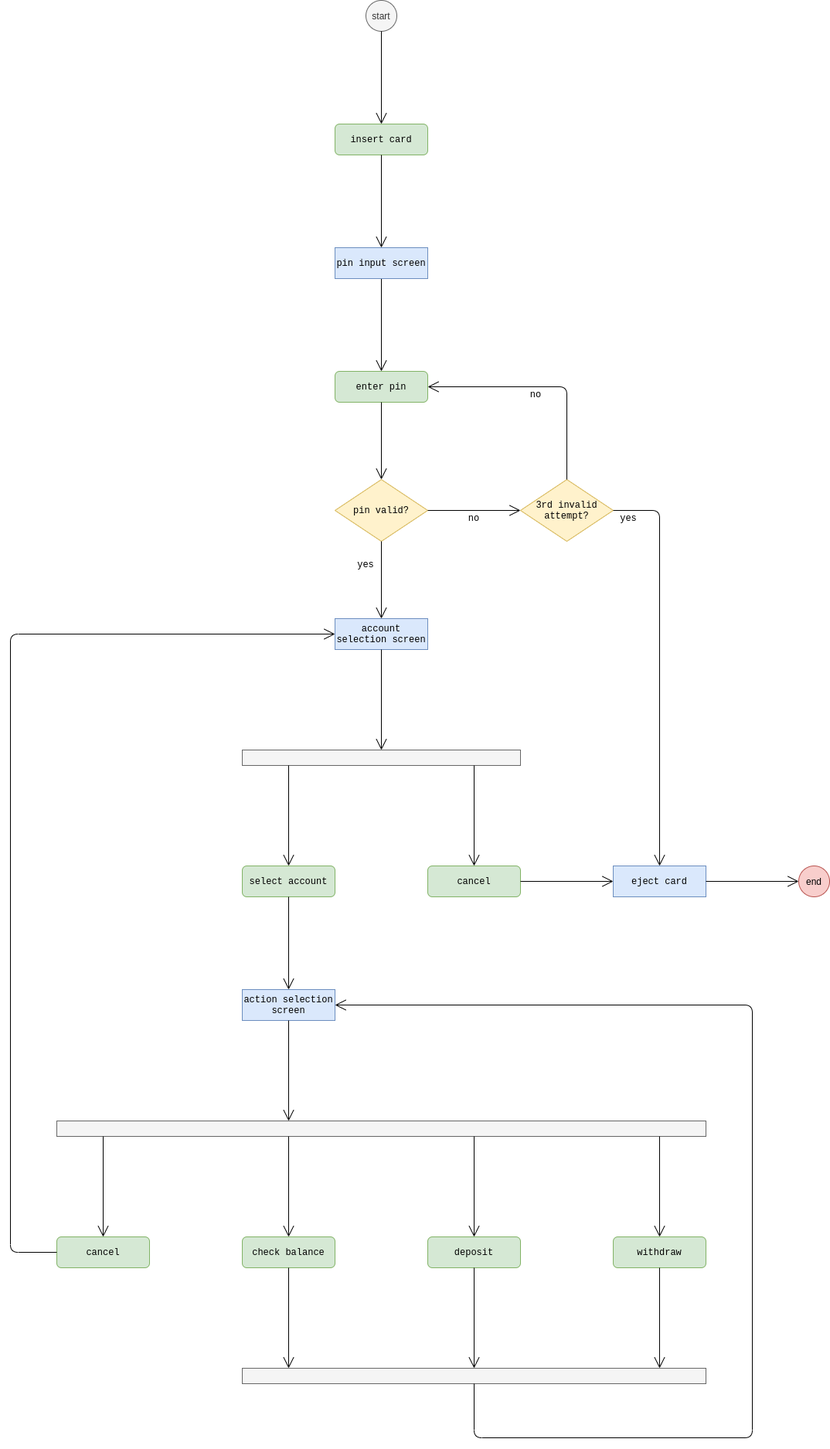
This is docs/static/atm_controller_flow.png from greymistcube/atm_controller, a draw.io export, as it was before one commit. Source tidied: cells renumbered, new cells last; positions are measured from the earlier drawing's top-left corner, leaving out a move shared by most shapes. The source it was exported from:
```xml
<mxGraphModel>
  <root>
    <mxCell id="0" />
    <mxCell id="1" parent="0" />
    <mxCell id="2" value="start" style="ellipse;whiteSpace=wrap;html=1;fillColor=#f5f5f5;strokeColor=#666666;fontColor=#333333;" parent="1" vertex="1">
      <mxGeometry x="460" width="40" height="40" as="geometry" />
    </mxCell>
    <mxCell id="3" value="insert card" style="rounded=1;whiteSpace=wrap;html=1;fontFamily=Courier New;fillColor=#d5e8d4;strokeColor=#82b366;" parent="1" vertex="1">
      <mxGeometry x="420" y="160" width="120" height="40" as="geometry" />
    </mxCell>
    <mxCell id="4" value="enter pin" style="rounded=1;whiteSpace=wrap;html=1;fontFamily=Courier New;fillColor=#d5e8d4;strokeColor=#82b366;" parent="1" vertex="1">
      <mxGeometry x="420" y="480" width="120" height="40" as="geometry" />
    </mxCell>
    <mxCell id="5" value="pin valid?" style="rhombus;whiteSpace=wrap;html=1;fontFamily=Courier New;fillColor=#fff2cc;strokeColor=#d6b656;" parent="1" vertex="1">
      <mxGeometry x="420" y="620" width="120" height="80" as="geometry" />
    </mxCell>
    <mxCell id="6" value="account selection screen" style="rounded=0;whiteSpace=wrap;html=1;fontFamily=Courier New;fillColor=#dae8fc;strokeColor=#6c8ebf;" parent="1" vertex="1">
      <mxGeometry x="420" y="800" width="120" height="40" as="geometry" />
    </mxCell>
    <mxCell id="7" value="action selection screen" style="rounded=0;whiteSpace=wrap;html=1;fontFamily=Courier New;fillColor=#dae8fc;strokeColor=#6c8ebf;" parent="1" vertex="1">
      <mxGeometry x="300" y="1280" width="120" height="40" as="geometry" />
    </mxCell>
    <mxCell id="8" value="3rd invalid attempt?" style="rhombus;whiteSpace=wrap;html=1;fontFamily=Courier New;fillColor=#fff2cc;strokeColor=#d6b656;" parent="1" vertex="1">
      <mxGeometry x="660" y="620" width="120" height="80" as="geometry" />
    </mxCell>
    <mxCell id="9" value="eject card" style="rounded=0;whiteSpace=wrap;html=1;fontFamily=Courier New;fillColor=#dae8fc;strokeColor=#6c8ebf;" parent="1" vertex="1">
      <mxGeometry x="780" y="1120" width="120" height="40" as="geometry" />
    </mxCell>
    <mxCell id="10" style="rounded=0;whiteSpace=wrap;html=1;fontFamily=Courier New;fillColor=#f5f5f5;strokeColor=#666666;fontColor=#333333;" parent="1" vertex="1">
      <mxGeometry x="300" y="970" width="360" height="20" as="geometry" />
    </mxCell>
    <mxCell id="11" value="select account" style="rounded=1;whiteSpace=wrap;html=1;fontFamily=Courier New;fillColor=#d5e8d4;strokeColor=#82b366;" parent="1" vertex="1">
      <mxGeometry x="300" y="1120" width="120" height="40" as="geometry" />
    </mxCell>
    <mxCell id="12" value="cancel" style="rounded=1;whiteSpace=wrap;html=1;fontFamily=Courier New;fillColor=#d5e8d4;strokeColor=#82b366;" parent="1" vertex="1">
      <mxGeometry x="540" y="1120" width="120" height="40" as="geometry" />
    </mxCell>
    <mxCell id="13" style="rounded=0;whiteSpace=wrap;html=1;fontFamily=Courier New;fillColor=#f5f5f5;strokeColor=#666666;fontColor=#333333;" parent="1" vertex="1">
      <mxGeometry x="60" y="1450" width="840" height="20" as="geometry" />
    </mxCell>
    <mxCell id="14" value="check balance" style="rounded=1;whiteSpace=wrap;html=1;fontFamily=Courier New;fillColor=#d5e8d4;strokeColor=#82b366;" parent="1" vertex="1">
      <mxGeometry x="300" y="1600" width="120" height="40" as="geometry" />
    </mxCell>
    <mxCell id="15" value="deposit" style="rounded=1;whiteSpace=wrap;html=1;fontFamily=Courier New;fillColor=#d5e8d4;strokeColor=#82b366;" parent="1" vertex="1">
      <mxGeometry x="540" y="1600" width="120" height="40" as="geometry" />
    </mxCell>
    <mxCell id="16" value="withdraw" style="rounded=1;whiteSpace=wrap;html=1;fontFamily=Courier New;fillColor=#d5e8d4;strokeColor=#82b366;" parent="1" vertex="1">
      <mxGeometry x="780" y="1600" width="120" height="40" as="geometry" />
    </mxCell>
    <mxCell id="17" value="cancel" style="rounded=1;whiteSpace=wrap;html=1;fontFamily=Courier New;fillColor=#d5e8d4;strokeColor=#82b366;" parent="1" vertex="1">
      <mxGeometry x="60" y="1600" width="120" height="40" as="geometry" />
    </mxCell>
    <mxCell id="18" style="endArrow=open;endFill=1;endSize=12;html=1;fontFamily=Courier New;exitX=0;exitY=0.5;exitDx=0;exitDy=0;entryX=0;entryY=0.5;entryDx=0;entryDy=0;" parent="1" edge="1" source="17" target="6">
      <mxGeometry relative="1" as="geometry">
        <Array as="points">
          <mxPoint y="1620" />
          <mxPoint y="820" />
        </Array>
      </mxGeometry>
    </mxCell>
    <mxCell id="19" style="endArrow=open;endFill=1;endSize=12;html=1;fontFamily=Courier New;exitX=0.5;exitY=1;exitDx=0;exitDy=0;" parent="1" edge="1" source="6">
      <mxGeometry relative="1" as="geometry">
        <mxPoint x="480" y="970" as="targetPoint" />
      </mxGeometry>
    </mxCell>
    <mxCell id="20" style="endArrow=open;endFill=1;endSize=12;html=1;fontFamily=Courier New;" parent="1" edge="1">
      <mxGeometry relative="1" as="geometry">
        <mxPoint x="360" y="990" as="sourcePoint" />
        <mxPoint x="360" y="1120" as="targetPoint" />
      </mxGeometry>
    </mxCell>
    <mxCell id="21" style="endArrow=open;endFill=1;endSize=12;html=1;fontFamily=Courier New;" parent="1" edge="1">
      <mxGeometry relative="1" as="geometry">
        <mxPoint x="600" y="990" as="sourcePoint" />
        <mxPoint x="600" y="1120" as="targetPoint" />
      </mxGeometry>
    </mxCell>
    <mxCell id="22" style="endArrow=open;endFill=1;endSize=12;html=1;fontFamily=Courier New;exitX=0.5;exitY=1;exitDx=0;exitDy=0;entryX=0.5;entryY=0;entryDx=0;entryDy=0;" parent="1" edge="1" source="11" target="7">
      <mxGeometry relative="1" as="geometry" />
    </mxCell>
    <mxCell id="23" style="endArrow=open;endFill=1;endSize=12;html=1;fontFamily=Courier New;" parent="1" edge="1">
      <mxGeometry relative="1" as="geometry">
        <mxPoint x="360" y="1320" as="sourcePoint" />
        <mxPoint x="360" y="1450" as="targetPoint" />
      </mxGeometry>
    </mxCell>
    <mxCell id="24" style="endArrow=open;endFill=1;endSize=12;html=1;fontFamily=Courier New;" parent="1" edge="1">
      <mxGeometry relative="1" as="geometry">
        <mxPoint x="120" y="1470" as="sourcePoint" />
        <mxPoint x="120" y="1600" as="targetPoint" />
      </mxGeometry>
    </mxCell>
    <mxCell id="25" style="endArrow=open;endFill=1;endSize=12;html=1;fontFamily=Courier New;" parent="1" edge="1">
      <mxGeometry relative="1" as="geometry">
        <mxPoint x="600" y="1470" as="sourcePoint" />
        <mxPoint x="600" y="1600" as="targetPoint" />
      </mxGeometry>
    </mxCell>
    <mxCell id="26" style="endArrow=open;endFill=1;endSize=12;html=1;fontFamily=Courier New;" parent="1" edge="1">
      <mxGeometry relative="1" as="geometry">
        <mxPoint x="840" y="1470" as="sourcePoint" />
        <mxPoint x="840" y="1600" as="targetPoint" />
      </mxGeometry>
    </mxCell>
    <mxCell id="27" style="endArrow=open;endFill=1;endSize=12;html=1;fontFamily=Courier New;" parent="1" edge="1">
      <mxGeometry relative="1" as="geometry">
        <mxPoint x="360" y="1470" as="sourcePoint" />
        <mxPoint x="360" y="1600" as="targetPoint" />
      </mxGeometry>
    </mxCell>
    <mxCell id="28" style="endArrow=open;endFill=1;endSize=12;html=1;fontFamily=Courier New;" parent="1" edge="1">
      <mxGeometry relative="1" as="geometry">
        <mxPoint x="600" y="1640" as="sourcePoint" />
        <mxPoint x="600" y="1770" as="targetPoint" />
      </mxGeometry>
    </mxCell>
    <mxCell id="29" style="endArrow=open;endFill=1;endSize=12;html=1;fontFamily=Courier New;" parent="1" edge="1">
      <mxGeometry relative="1" as="geometry">
        <mxPoint x="840" y="1640" as="sourcePoint" />
        <mxPoint x="840" y="1770" as="targetPoint" />
      </mxGeometry>
    </mxCell>
    <mxCell id="30" style="endArrow=open;endFill=1;endSize=12;html=1;fontFamily=Courier New;" parent="1" edge="1">
      <mxGeometry relative="1" as="geometry">
        <mxPoint x="360" y="1640" as="sourcePoint" />
        <mxPoint x="360" y="1770" as="targetPoint" />
      </mxGeometry>
    </mxCell>
    <mxCell id="31" style="rounded=0;whiteSpace=wrap;html=1;fontFamily=Courier New;fillColor=#f5f5f5;strokeColor=#666666;fontColor=#333333;" parent="1" vertex="1">
      <mxGeometry x="300" y="1770" width="600" height="20" as="geometry" />
    </mxCell>
    <mxCell id="32" style="endArrow=open;endFill=1;endSize=12;html=1;fontFamily=Courier New;entryX=1;entryY=0.5;entryDx=0;entryDy=0;" parent="1" edge="1" target="7">
      <mxGeometry relative="1" as="geometry">
        <mxPoint x="600" y="1790" as="sourcePoint" />
        <Array as="points">
          <mxPoint x="600" y="1860" />
          <mxPoint x="960" y="1860" />
          <mxPoint x="960" y="1300" />
        </Array>
      </mxGeometry>
    </mxCell>
    <mxCell id="33" style="endArrow=open;endFill=1;endSize=12;html=1;fontFamily=Courier New;entryX=0;entryY=0.5;entryDx=0;entryDy=0;exitX=1;exitY=0.5;exitDx=0;exitDy=0;" parent="1" edge="1" source="12" target="9">
      <mxGeometry relative="1" as="geometry" />
    </mxCell>
    <mxCell id="34" style="endArrow=open;endFill=1;endSize=12;html=1;fontFamily=Courier New;entryX=0.5;entryY=0;entryDx=0;entryDy=0;exitX=1;exitY=0.5;exitDx=0;exitDy=0;" parent="1" edge="1" source="8" target="9">
      <mxGeometry relative="1" as="geometry">
        <Array as="points">
          <mxPoint x="840" y="660" />
        </Array>
      </mxGeometry>
    </mxCell>
    <mxCell id="35" style="endArrow=open;endFill=1;endSize=12;html=1;fontFamily=Courier New;exitX=1;exitY=0.5;exitDx=0;exitDy=0;entryX=0;entryY=0.5;entryDx=0;entryDy=0;" parent="1" edge="1" source="9" target="36">
      <mxGeometry relative="1" as="geometry" />
    </mxCell>
    <mxCell id="36" value="end" style="ellipse;whiteSpace=wrap;html=1;fillColor=#f8cecc;strokeColor=#b85450;" parent="1" vertex="1">
      <mxGeometry x="1020" y="1120" width="40" height="40" as="geometry" />
    </mxCell>
    <mxCell id="37" style="endArrow=open;endFill=1;endSize=12;html=1;fontFamily=Courier New;exitX=1;exitY=0.5;exitDx=0;exitDy=0;entryX=0;entryY=0.5;entryDx=0;entryDy=0;" parent="1" edge="1" source="5" target="8">
      <mxGeometry relative="1" as="geometry" />
    </mxCell>
    <mxCell id="38" style="endArrow=open;endFill=1;endSize=12;html=1;fontFamily=Courier New;exitX=0.5;exitY=1;exitDx=0;exitDy=0;entryX=0.5;entryY=0;entryDx=0;entryDy=0;" parent="1" edge="1" source="5" target="6">
      <mxGeometry relative="1" as="geometry" />
    </mxCell>
    <mxCell id="39" style="endArrow=open;endFill=1;endSize=12;html=1;fontFamily=Courier New;exitX=0.5;exitY=1;exitDx=0;exitDy=0;entryX=0.5;entryY=0;entryDx=0;entryDy=0;" parent="1" edge="1" source="4" target="5">
      <mxGeometry relative="1" as="geometry" />
    </mxCell>
    <mxCell id="40" style="endArrow=open;endFill=1;endSize=12;html=1;fontFamily=Courier New;entryX=0.5;entryY=0;entryDx=0;entryDy=0;exitX=0.5;exitY=1;exitDx=0;exitDy=0;" parent="1" edge="1" source="46" target="4">
      <mxGeometry relative="1" as="geometry" />
    </mxCell>
    <mxCell id="41" style="endArrow=open;endFill=1;endSize=12;html=1;fontFamily=Courier New;exitX=0.5;exitY=1;exitDx=0;exitDy=0;entryX=0.5;entryY=0;entryDx=0;entryDy=0;" parent="1" edge="1" source="2" target="3">
      <mxGeometry relative="1" as="geometry" />
    </mxCell>
    <mxCell id="42" style="endArrow=open;endFill=1;endSize=12;html=1;fontFamily=Courier New;exitX=0.5;exitY=0;exitDx=0;exitDy=0;entryX=1;entryY=0.5;entryDx=0;entryDy=0;" parent="1" edge="1" source="8" target="4">
      <mxGeometry relative="1" as="geometry">
        <Array as="points">
          <mxPoint x="720" y="500" />
        </Array>
      </mxGeometry>
    </mxCell>
    <mxCell id="43" value="no" style="text;html=1;strokeColor=none;fillColor=none;align=center;verticalAlign=middle;whiteSpace=wrap;rounded=0;fontFamily=Courier New;" parent="1" vertex="1">
      <mxGeometry x="660" y="500" width="40" height="20" as="geometry" />
    </mxCell>
    <mxCell id="44" value="no" style="text;html=1;strokeColor=none;fillColor=none;align=center;verticalAlign=middle;whiteSpace=wrap;rounded=0;fontFamily=Courier New;" parent="1" vertex="1">
      <mxGeometry x="580" y="660" width="40" height="20" as="geometry" />
    </mxCell>
    <mxCell id="45" value="yes" style="text;html=1;strokeColor=none;fillColor=none;align=center;verticalAlign=middle;whiteSpace=wrap;rounded=0;fontFamily=Courier New;" parent="1" vertex="1">
      <mxGeometry x="440" y="720" width="40" height="20" as="geometry" />
    </mxCell>
    <mxCell id="46" value="pin input screen" style="rounded=0;whiteSpace=wrap;html=1;fontFamily=Courier New;fillColor=#dae8fc;strokeColor=#6c8ebf;" parent="1" vertex="1">
      <mxGeometry x="420" y="320" width="120" height="40" as="geometry" />
    </mxCell>
    <mxCell id="47" style="endArrow=open;endFill=1;endSize=12;html=1;fontFamily=Courier New;entryX=0.5;entryY=0;entryDx=0;entryDy=0;exitX=0.5;exitY=1;exitDx=0;exitDy=0;" parent="1" edge="1" source="3" target="46">
      <mxGeometry relative="1" as="geometry" />
    </mxCell>
    <mxCell id="48" value="yes" style="text;html=1;strokeColor=none;fillColor=none;align=center;verticalAlign=middle;whiteSpace=wrap;rounded=0;fontFamily=Courier New;" parent="1" vertex="1">
      <mxGeometry x="780" y="660" width="40" height="20" as="geometry" />
    </mxCell>
  </root>
</mxGraphModel>
```
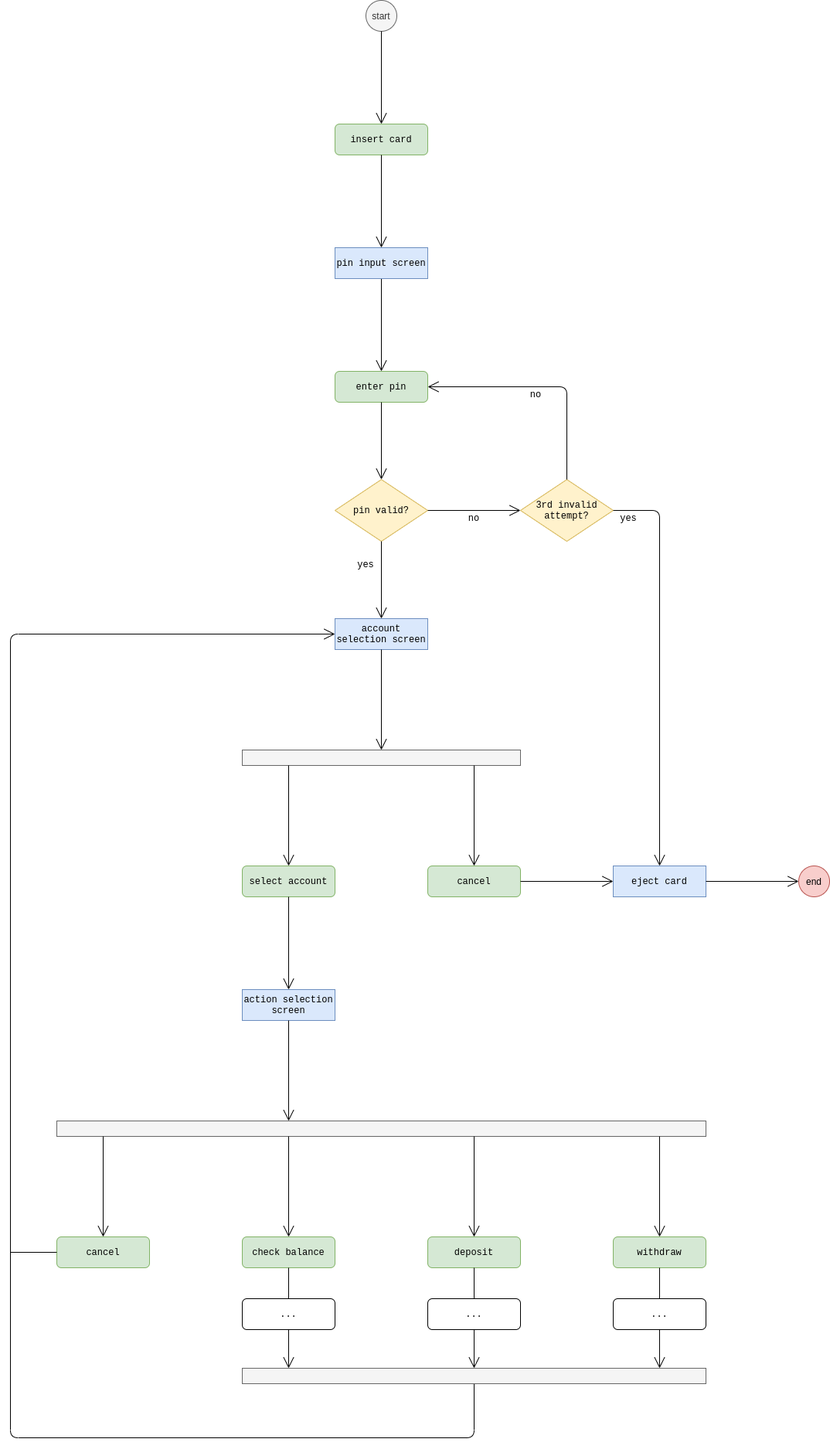
After the commit.

Commit message:
flow diagram updated

The edit, as a diff of the source:
```diff
@@ -50,10 +50,11 @@
     <mxCell id="17" value="cancel" style="rounded=1;whiteSpace=wrap;html=1;fontFamily=Courier New;fillColor=#d5e8d4;strokeColor=#82b366;" parent="1" vertex="1">
       <mxGeometry x="60" y="1600" width="120" height="40" as="geometry" />
     </mxCell>
-    <mxCell id="18" style="endArrow=open;endFill=1;endSize=12;html=1;fontFamily=Courier New;exitX=0;exitY=0.5;exitDx=0;exitDy=0;entryX=0;entryY=0.5;entryDx=0;entryDy=0;" parent="1" edge="1" source="17" target="6">
+    <mxCell id="18" style="endArrow=open;endFill=1;endSize=12;html=1;fontFamily=Courier New;exitX=0.5;exitY=1;exitDx=0;exitDy=0;entryX=0;entryY=0.5;entryDx=0;entryDy=0;" parent="1" edge="1" source="31" target="6">
       <mxGeometry relative="1" as="geometry">
         <Array as="points">
-          <mxPoint y="1620" />
+          <mxPoint x="600" y="1860" />
+          <mxPoint y="1860" />
           <mxPoint y="820" />
         </Array>
       </mxGeometry>
@@ -129,16 +130,6 @@
     <mxCell id="31" style="rounded=0;whiteSpace=wrap;html=1;fontFamily=Courier New;fillColor=#f5f5f5;strokeColor=#666666;fontColor=#333333;" parent="1" vertex="1">
       <mxGeometry x="300" y="1770" width="600" height="20" as="geometry" />
     </mxCell>
-    <mxCell id="32" style="endArrow=open;endFill=1;endSize=12;html=1;fontFamily=Courier New;entryX=1;entryY=0.5;entryDx=0;entryDy=0;" parent="1" edge="1" target="7">
-      <mxGeometry relative="1" as="geometry">
-        <mxPoint x="600" y="1790" as="sourcePoint" />
-        <Array as="points">
-          <mxPoint x="600" y="1860" />
-          <mxPoint x="960" y="1860" />
-          <mxPoint x="960" y="1300" />
-        </Array>
-      </mxGeometry>
-    </mxCell>
     <mxCell id="33" style="endArrow=open;endFill=1;endSize=12;html=1;fontFamily=Courier New;entryX=0;entryY=0.5;entryDx=0;entryDy=0;exitX=1;exitY=0.5;exitDx=0;exitDy=0;" parent="1" edge="1" source="12" target="9">
       <mxGeometry relative="1" as="geometry" />
     </mxCell>
@@ -195,5 +186,19 @@
     <mxCell id="48" value="yes" style="text;html=1;strokeColor=none;fillColor=none;align=center;verticalAlign=middle;whiteSpace=wrap;rounded=0;fontFamily=Courier New;" parent="1" vertex="1">
       <mxGeometry x="780" y="660" width="40" height="20" as="geometry" />
     </mxCell>
+    <mxCell id="49" style="endArrow=none;html=1;fontFamily=Courier New;exitX=0;exitY=0.5;exitDx=0;exitDy=0;" parent="1" edge="1" source="17">
+      <mxGeometry relative="1" as="geometry">
+        <mxPoint y="1620" as="targetPoint" />
+      </mxGeometry>
+    </mxCell>
+    <mxCell id="50" value="..." style="rounded=1;whiteSpace=wrap;html=1;fontFamily=Courier New;" parent="1" vertex="1">
+      <mxGeometry x="300" y="1680" width="120" height="40" as="geometry" />
+    </mxCell>
+    <mxCell id="51" value="..." style="rounded=1;whiteSpace=wrap;html=1;fontFamily=Courier New;" parent="1" vertex="1">
+      <mxGeometry x="540" y="1680" width="120" height="40" as="geometry" />
+    </mxCell>
+    <mxCell id="52" value="..." style="rounded=1;whiteSpace=wrap;html=1;fontFamily=Courier New;" parent="1" vertex="1">
+      <mxGeometry x="780" y="1680" width="120" height="40" as="geometry" />
+    </mxCell>
   </root>
 </mxGraphModel>
```
